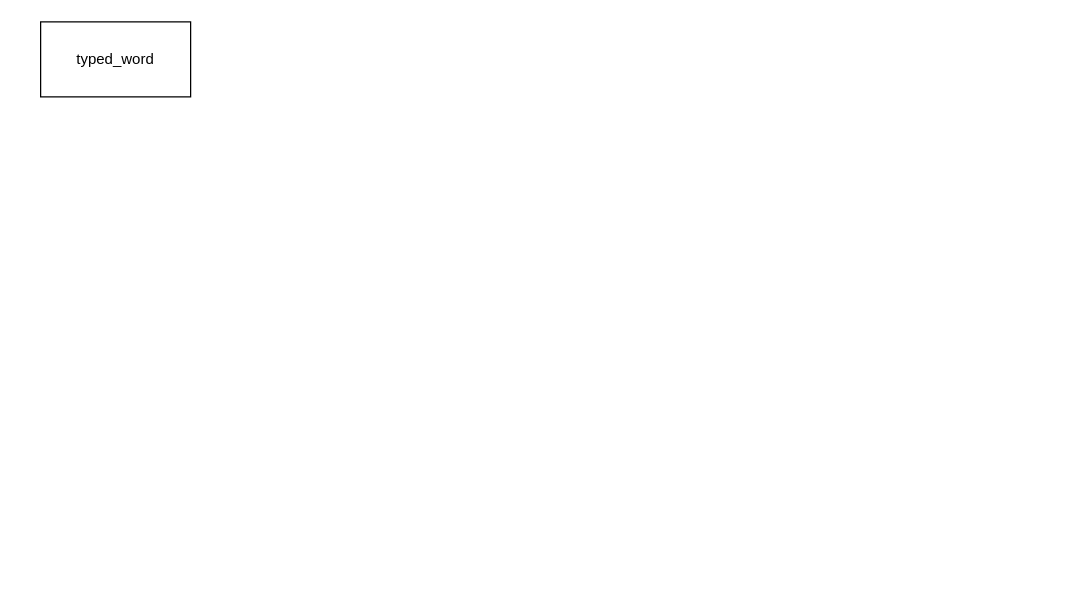
CharlieCRX/cs61a keeps this draw.io diagram as 2024notes/uml/cats_5.drawio. Above is the earlier version. Source tidied: cells renumbered, new cells numbered last; positions are measured from the earlier drawing's top-left corner, leaving out a move shared by most shapes. Both pictures are drawn from the tidied source at 125%, with x=0, y=0 at pixel (40, 21).
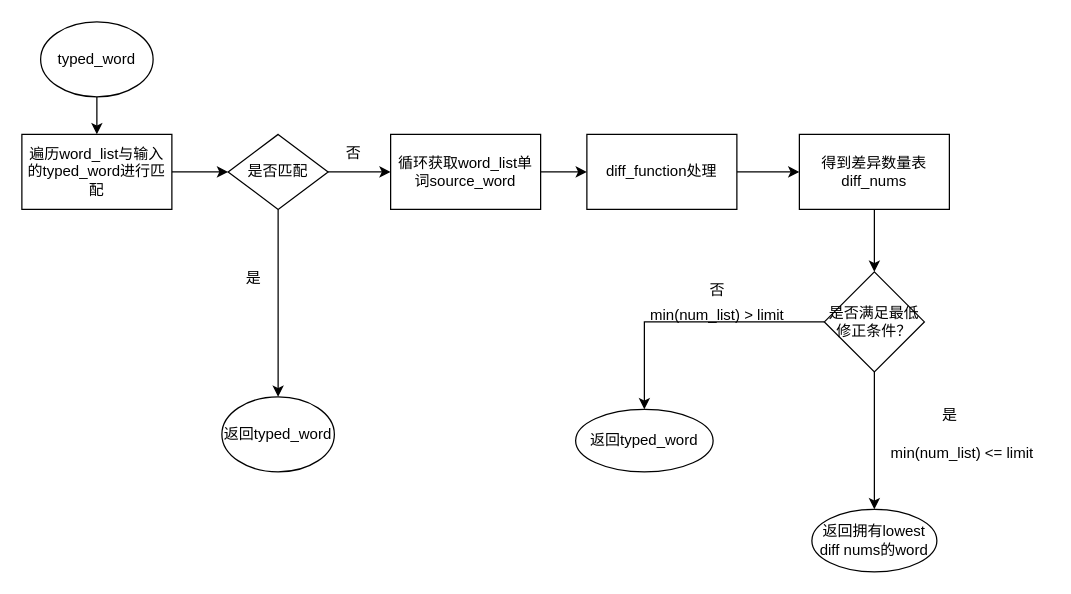
Above is the later version.

Change to the diagram source:
```diff
@@
+    <mxCell id="3" style="edgeStyle=orthogonalEdgeStyle;rounded=0;jettySize=auto;html=1;exitX=0.5;exitY=1;exitDx=0;exitDy=0;" parent="1" edge="1" source="2" target="5">
+      <mxGeometry relative="1" as="geometry" />
+    </mxCell>
-    <mxCell id="2" value="typed_word" style="rounded=0;whiteSpace=wrap;html=1;" parent="1" vertex="1">
-      <mxGeometry width="120" height="60" as="geometry" />
+    <mxCell id="2" value="typed_word" style="ellipse;whiteSpace=wrap;html=1;" parent="1" vertex="1">
+      <mxGeometry width="90" height="60" as="geometry" />
     </mxCell>
+    <mxCell id="4" style="edgeStyle=orthogonalEdgeStyle;rounded=0;jettySize=auto;html=1;" parent="1" edge="1" source="5" target="8">
+      <mxGeometry relative="1" as="geometry" />
+    </mxCell>
+    <mxCell id="5" value="遍历word_list与输入的typed_word进行匹配" style="rounded=0;whiteSpace=wrap;html=1;" parent="1" vertex="1">
+      <mxGeometry x="-15" y="90" width="120" height="60" as="geometry" />
+    </mxCell>
+    <mxCell id="6" style="edgeStyle=orthogonalEdgeStyle;rounded=0;jettySize=auto;html=1;entryX=0.5;entryY=0;entryDx=0;entryDy=0;" parent="1" edge="1" source="8" target="9">
+      <mxGeometry relative="1" as="geometry" />
+    </mxCell>
+    <mxCell id="7" style="edgeStyle=orthogonalEdgeStyle;rounded=0;jettySize=auto;html=1;exitX=1;exitY=0.5;exitDx=0;exitDy=0;entryX=0;entryY=0.5;entryDx=0;entryDy=0;" parent="1" edge="1" source="8" target="26">
+      <mxGeometry relative="1" as="geometry" />
+    </mxCell>
+    <mxCell id="8" value="是否匹配" style="rhombus;whiteSpace=wrap;html=1;rounded=0;" parent="1" vertex="1">
+      <mxGeometry x="150" y="90" width="80" height="60" as="geometry" />
+    </mxCell>
+    <mxCell id="9" value="返回typed_word" style="ellipse;whiteSpace=wrap;html=1;" parent="1" vertex="1">
+      <mxGeometry x="145" y="300" width="90" height="60" as="geometry" />
+    </mxCell>
+    <mxCell id="10" value="否" style="text;html=1;align=center;verticalAlign=middle;strokeColor=none;fillColor=none;" parent="1" vertex="1">
+      <mxGeometry x="521" y="200" width="40" height="30" as="geometry" />
+    </mxCell>
+    <mxCell id="11" value="否" style="text;html=1;align=center;verticalAlign=middle;strokeColor=none;fillColor=none;" parent="1" vertex="1">
+      <mxGeometry x="230" y="90" width="40" height="30" as="geometry" />
+    </mxCell>
+    <mxCell id="12" style="edgeStyle=orthogonalEdgeStyle;rounded=0;jettySize=auto;html=1;entryX=0;entryY=0.5;entryDx=0;entryDy=0;" parent="1" edge="1" source="13" target="24">
+      <mxGeometry relative="1" as="geometry" />
+    </mxCell>
+    <mxCell id="13" value="diff_function处理" style="rounded=0;whiteSpace=wrap;html=1;" parent="1" vertex="1">
+      <mxGeometry x="437" y="90" width="120" height="60" as="geometry" />
+    </mxCell>
+    <mxCell id="14" value="返回拥有lowest diff nums的word" style="ellipse;whiteSpace=wrap;html=1;rounded=0;" parent="1" vertex="1">
+      <mxGeometry x="617" y="390" width="100" height="50" as="geometry" />
+    </mxCell>
+    <mxCell id="15" style="edgeStyle=orthogonalEdgeStyle;rounded=0;jettySize=auto;html=1;exitX=0;exitY=0.5;exitDx=0;exitDy=0;" parent="1" edge="1" source="17" target="18">
+      <mxGeometry relative="1" as="geometry" />
+    </mxCell>
+    <mxCell id="16" style="edgeStyle=orthogonalEdgeStyle;rounded=0;jettySize=auto;html=1;exitX=0.5;exitY=1;exitDx=0;exitDy=0;" parent="1" edge="1" source="17" target="14">
+      <mxGeometry relative="1" as="geometry" />
+    </mxCell>
+    <mxCell id="17" value="是否满足最低修正条件？" style="rhombus;whiteSpace=wrap;html=1;rounded=0;" parent="1" vertex="1">
+      <mxGeometry x="627" y="200" width="80" height="80" as="geometry" />
+    </mxCell>
+    <mxCell id="18" value="返回typed_word" style="ellipse;whiteSpace=wrap;html=1;rounded=0;" parent="1" vertex="1">
+      <mxGeometry x="428" y="310" width="110" height="50" as="geometry" />
+    </mxCell>
+    <mxCell id="19" value="min(num_list) &amp;gt; limit" style="text;html=1;align=center;verticalAlign=middle;strokeColor=none;fillColor=none;" parent="1" vertex="1">
+      <mxGeometry x="476" y="220" width="130" height="30" as="geometry" />
+    </mxCell>
+    <mxCell id="20" value="是" style="text;html=1;align=center;verticalAlign=middle;strokeColor=none;fillColor=none;" parent="1" vertex="1">
+      <mxGeometry x="707" y="300" width="40" height="30" as="geometry" />
+    </mxCell>
+    <mxCell id="21" value="min(num_list) &amp;lt;= limit" style="text;html=1;align=center;verticalAlign=middle;strokeColor=none;fillColor=none;" parent="1" vertex="1">
+      <mxGeometry x="667" y="330" width="140" height="30" as="geometry" />
+    </mxCell>
+    <mxCell id="22" value="是" style="text;html=1;align=center;verticalAlign=middle;strokeColor=none;fillColor=none;" parent="1" vertex="1">
+      <mxGeometry x="150" y="190" width="40" height="30" as="geometry" />
+    </mxCell>
+    <mxCell id="23" style="edgeStyle=orthogonalEdgeStyle;rounded=0;jettySize=auto;html=1;exitX=0.5;exitY=1;exitDx=0;exitDy=0;" parent="1" edge="1" source="24" target="17">
+      <mxGeometry relative="1" as="geometry" />
+    </mxCell>
+    <mxCell id="24" value="得到差异数量表diff_nums" style="rounded=0;whiteSpace=wrap;html=1;" parent="1" vertex="1">
+      <mxGeometry x="607" y="90" width="120" height="60" as="geometry" />
+    </mxCell>
+    <mxCell id="25" style="edgeStyle=orthogonalEdgeStyle;rounded=0;jettySize=auto;html=1;exitX=1;exitY=0.5;exitDx=0;exitDy=0;entryX=0;entryY=0.5;entryDx=0;entryDy=0;" parent="1" edge="1" source="26" target="13">
+      <mxGeometry relative="1" as="geometry" />
+    </mxCell>
+    <mxCell id="26" value="循环获取word_list单词source_word" style="rounded=0;whiteSpace=wrap;html=1;" parent="1" vertex="1">
+      <mxGeometry x="280" y="90" width="120" height="60" as="geometry" />
+    </mxCell>
```
